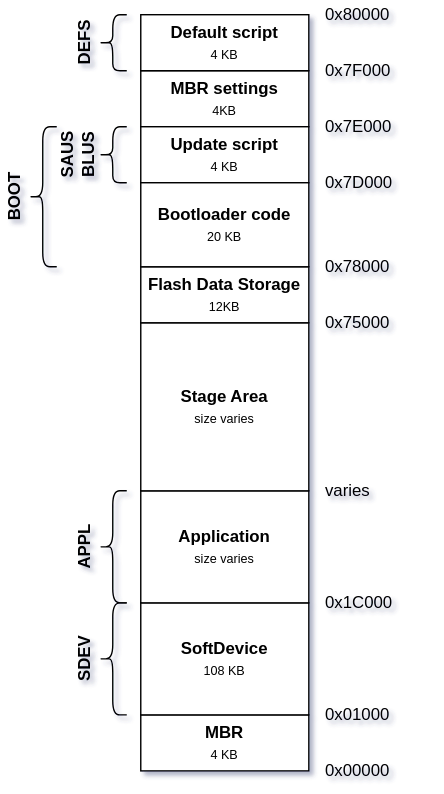
Above: nolobolo_s113_map.svg in doki-nordic/draw.io (draw.io), before the change. Source tidied: cells renumbered, new cells last; positions are measured from the earlier drawing's top-left corner, leaving out a move shared by most shapes.
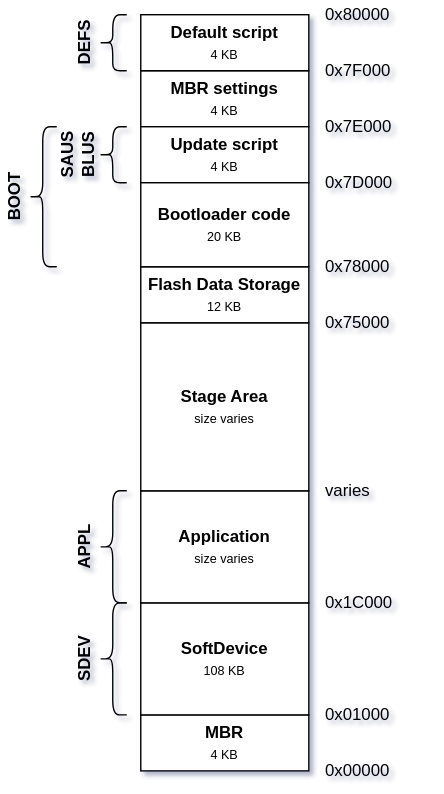
Later version of the same file.

Diff of the diagram source:
```diff
@@ -14,10 +14,10 @@
     <mxCell id="5" value="&lt;b&gt;Stage Area&lt;br&gt;&lt;/b&gt;&lt;span style=&quot;font-size: 9px&quot;&gt;size varies&lt;/span&gt;&lt;span style=&quot;font-size: 9px&quot;&gt;&lt;br&gt;&lt;/span&gt;" style="rounded=0;whiteSpace=wrap;html=1;strokeWidth=1;perimeterSpacing=0;" parent="1" vertex="1">
       <mxGeometry x="100" y="230" width="120" height="120" as="geometry" />
     </mxCell>
-    <mxCell id="6" value="&lt;b&gt;Flash Data Storage&lt;/b&gt;&lt;br&gt;&lt;font style=&quot;font-size: 9px&quot;&gt;12KB&lt;/font&gt;" style="rounded=0;whiteSpace=wrap;html=1;strokeWidth=1;perimeterSpacing=0;" parent="1" vertex="1">
+    <mxCell id="6" value="&lt;b&gt;Flash Data Storage&lt;/b&gt;&lt;br&gt;&lt;font style=&quot;font-size: 9px&quot;&gt;12 KB&lt;/font&gt;" style="rounded=0;whiteSpace=wrap;html=1;strokeWidth=1;perimeterSpacing=0;" parent="1" vertex="1">
       <mxGeometry x="100" y="190" width="120" height="40" as="geometry" />
     </mxCell>
-    <mxCell id="7" value="&lt;b&gt;MBR settings&lt;br&gt;&lt;/b&gt;&lt;font style=&quot;font-size: 9px&quot;&gt;4KB&lt;/font&gt;" style="rounded=0;whiteSpace=wrap;html=1;strokeWidth=1;perimeterSpacing=0;" parent="1" vertex="1">
+    <mxCell id="7" value="&lt;b&gt;MBR settings&lt;br&gt;&lt;/b&gt;&lt;font style=&quot;font-size: 9px&quot;&gt;4 KB&lt;/font&gt;" style="rounded=0;whiteSpace=wrap;html=1;strokeWidth=1;perimeterSpacing=0;" parent="1" vertex="1">
       <mxGeometry x="100" y="50" width="120" height="40" as="geometry" />
     </mxCell>
     <mxCell id="8" style="shape=curlyBracket;whiteSpace=wrap;html=1;rounded=1;rotation=0;" parent="1" vertex="1">
```
